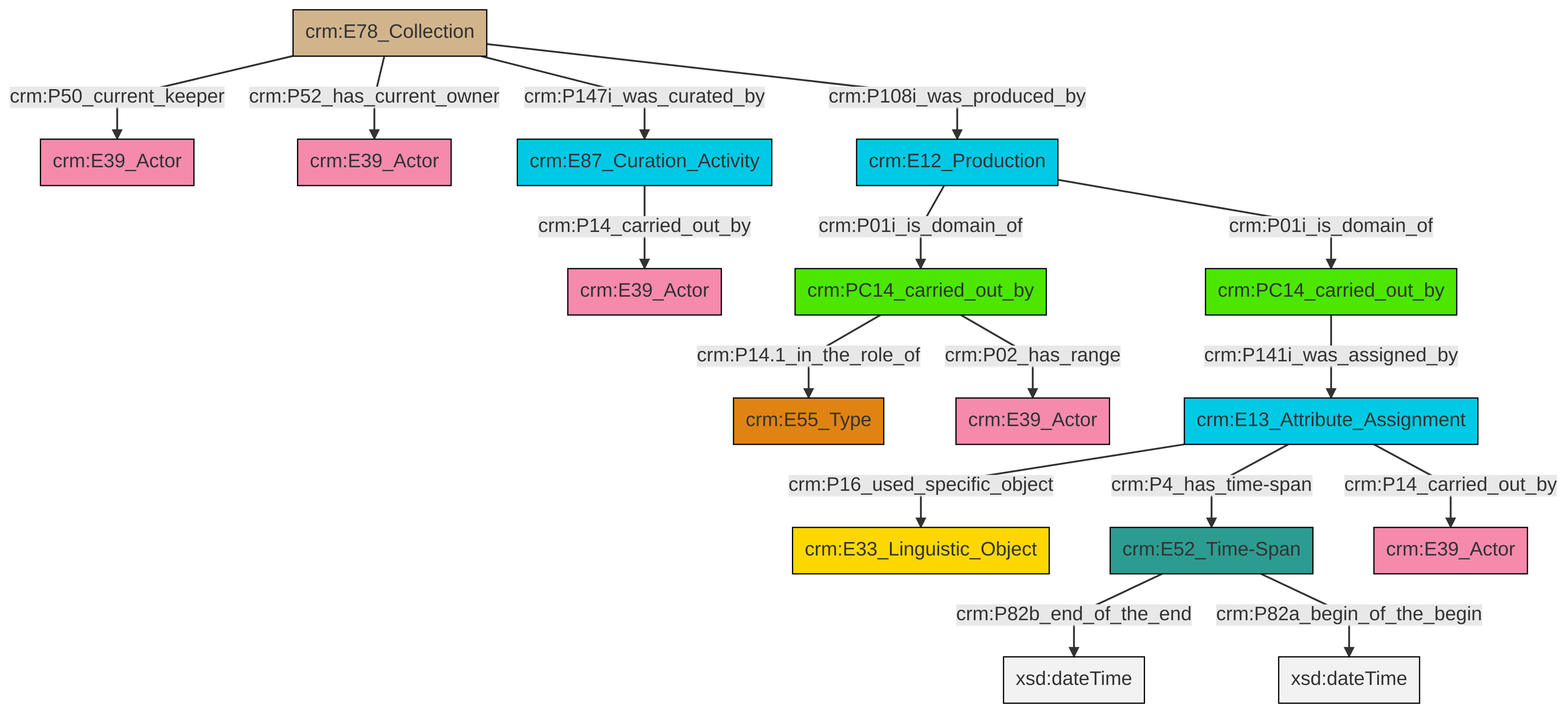
This is et/archivalCSV/ttl/mmd/png/archival_relation.png from swiss-art-research-net/docs.swissartresearch, a Mermaid export, as it was before one commit. Its source is kept beside it as et/archivalCSV/ttl/mmd/archival_relation.ttl.mmd.
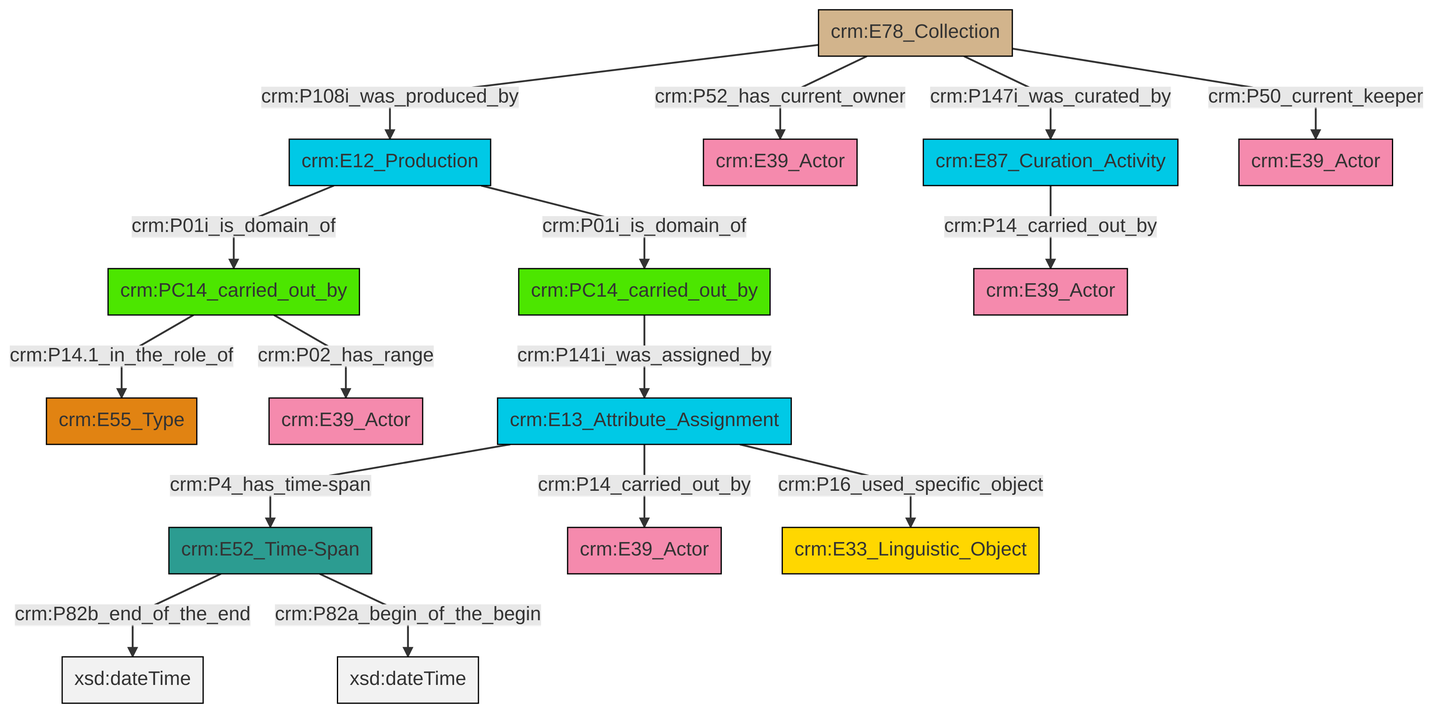
After the change.

What changed in the source:
```diff
@@ -13,18 +13,18 @@
 classDef PC_Classes fill:#4ce600, stroke:#000000;
 classDef Multi fill:#cccccc,stroke:#000000;
 
-0["crm:E78_Collection"]:::Physical_Thing -->|crm:P50_current_keeper| 1["crm:E39_Actor"]:::Actor
-4["crm:PC14_carried_out_by"]:::PC_Classes -->|crm:P14.1_in_the_role_of| 5["crm:E55_Type"]:::Type
-10["crm:E13_Attribute_Assignment"]:::Temporal_Entity -->|crm:P16_used_specific_object| 11["crm:E33_Linguistic_Object"]:::Conceptual_Object
-0["crm:E78_Collection"]:::Physical_Thing -->|crm:P52_has_current_owner| 15["crm:E39_Actor"]:::Actor
-16["crm:E12_Production"]:::Temporal_Entity -->|crm:P01i_is_domain_of| 6["crm:PC14_carried_out_by"]:::PC_Classes
-16["crm:E12_Production"]:::Temporal_Entity -->|crm:P01i_is_domain_of| 4["crm:PC14_carried_out_by"]:::PC_Classes
-10["crm:E13_Attribute_Assignment"]:::Temporal_Entity -->|crm:P4_has_time-span| 13["crm:E52_Time-Span"]:::Time-Span
-0["crm:E78_Collection"]:::Physical_Thing -->|crm:P147i_was_curated_by| 17["crm:E87_Curation_Activity"]:::Temporal_Entity
-13["crm:E52_Time-Span"]:::Time-Span -->|crm:P82b_end_of_the_end| 18[xsd:dateTime]:::Literal
-10["crm:E13_Attribute_Assignment"]:::Temporal_Entity -->|crm:P14_carried_out_by| 20["crm:E39_Actor"]:::Actor
-17["crm:E87_Curation_Activity"]:::Temporal_Entity -->|crm:P14_carried_out_by| 2["crm:E39_Actor"]:::Actor
-4["crm:PC14_carried_out_by"]:::PC_Classes -->|crm:P02_has_range| 8["crm:E39_Actor"]:::Actor
-6["crm:PC14_carried_out_by"]:::PC_Classes -->|crm:P141i_was_assigned_by| 10["crm:E13_Attribute_Assignment"]:::Temporal_Entity
-0["crm:E78_Collection"]:::Physical_Thing -->|crm:P108i_was_produced_by| 16["crm:E12_Production"]:::Temporal_Entity
-13["crm:E52_Time-Span"]:::Time-Span -->|crm:P82a_begin_of_the_begin| 28[xsd:dateTime]:::Literal
+0["crm:E13_Attribute_Assignment"]:::Temporal_Entity -->|crm:P4_has_time-span| 1["crm:E52_Time-Span"]:::Time-Span
+2["crm:E78_Collection"]:::Physical_Thing -->|crm:P108i_was_produced_by| 3["crm:E12_Production"]:::Temporal_Entity
+0["crm:E13_Attribute_Assignment"]:::Temporal_Entity -->|crm:P14_carried_out_by| 4["crm:E39_Actor"]:::Actor
+3["crm:E12_Production"]:::Temporal_Entity -->|crm:P01i_is_domain_of| 5["crm:PC14_carried_out_by"]:::PC_Classes
+2["crm:E78_Collection"]:::Physical_Thing -->|crm:P52_has_current_owner| 7["crm:E39_Actor"]:::Actor
+1["crm:E52_Time-Span"]:::Time-Span -->|crm:P82b_end_of_the_end| 11[xsd:dateTime]:::Literal
+14["crm:E87_Curation_Activity"]:::Temporal_Entity -->|crm:P14_carried_out_by| 15["crm:E39_Actor"]:::Actor
+3["crm:E12_Production"]:::Temporal_Entity -->|crm:P01i_is_domain_of| 17["crm:PC14_carried_out_by"]:::PC_Classes
+5["crm:PC14_carried_out_by"]:::PC_Classes -->|crm:P14.1_in_the_role_of| 9["crm:E55_Type"]:::Type
+2["crm:E78_Collection"]:::Physical_Thing -->|crm:P147i_was_curated_by| 14["crm:E87_Curation_Activity"]:::Temporal_Entity
+1["crm:E52_Time-Span"]:::Time-Span -->|crm:P82a_begin_of_the_begin| 27[xsd:dateTime]:::Literal
+0["crm:E13_Attribute_Assignment"]:::Temporal_Entity -->|crm:P16_used_specific_object| 18["crm:E33_Linguistic_Object"]:::Conceptual_Object
+5["crm:PC14_carried_out_by"]:::PC_Classes -->|crm:P02_has_range| 24["crm:E39_Actor"]:::Actor
+2["crm:E78_Collection"]:::Physical_Thing -->|crm:P50_current_keeper| 20["crm:E39_Actor"]:::Actor
+17["crm:PC14_carried_out_by"]:::PC_Classes -->|crm:P141i_was_assigned_by| 0["crm:E13_Attribute_Assignment"]:::Temporal_Entity
```
